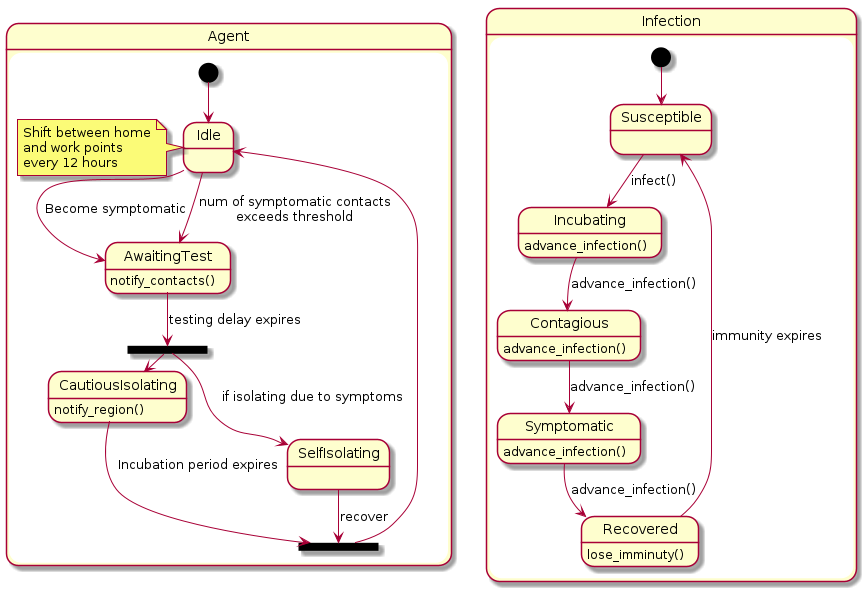
The PlantUML diagram doc/uml/out/Mode_3_Contact_Tracing.png in JoshuaSFryer/multi-agent-sim, before a commit. Source of this version:
```plantuml
@startuml Mode_3_Contact_Tracing

state Agent {
    [*] -down-> Idle
    note left of Idle
        Shift between home
        and work points
        every 12 hours
    end note
    Idle -down-> AwaitingTest : Become symptomatic
    Idle -down-> AwaitingTest : num of symptomatic contacts\nexceeds threshold
    state fork_state <<fork>>
    AwaitingTest : notify_contacts()
    AwaitingTest -down-> fork_state : testing delay expires
    fork_state -down-> SelfIsolating : if isolating due to symptoms
    fork_state -right-> CautiousIsolating : if isolation due to threshold
    state join_state <<join>>
    SelfIsolating --> join_state : recover
    CautiousIsolating --> join_state : Incubation period expires
    CautiousIsolating : notify_region()
    join_state --> Idle
}

state Infection {
    [*] --> Susceptible
    Susceptible --> Incubating : infect()
    Incubating : advance_infection()
    Incubating --> Contagious : advance_infection()
    Contagious : advance_infection()
    Contagious --> Symptomatic : advance_infection()
    Symptomatic : advance_infection()
    Symptomatic --> Recovered : advance_infection()
    Recovered: lose_imminuty()
    Recovered --> Susceptible : immunity expires
}

@enduml
```
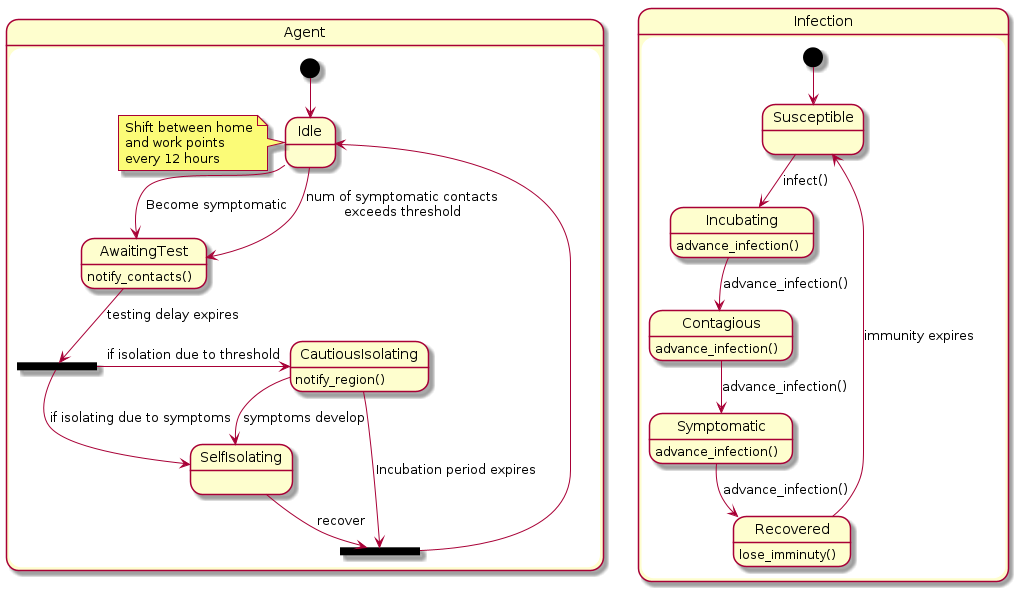
After the change.

Commit message:
Clean up diagram, make display background grey at night

Diff of the diagram source:
```diff
@@ -9,14 +9,15 @@
     end note
     Idle -down-> AwaitingTest : Become symptomatic
     Idle -down-> AwaitingTest : num of symptomatic contacts\nexceeds threshold
-    state fork_state <<fork>>
+    state isolation_fork <<fork>>
     AwaitingTest : notify_contacts()
-    AwaitingTest -down-> fork_state : testing delay expires
-    fork_state -down-> SelfIsolating : if isolating due to symptoms
-    fork_state -right-> CautiousIsolating : if isolation due to threshold
+    AwaitingTest -down-> isolation_fork : testing delay expires
+    isolation_fork -down-> SelfIsolating : if isolating due to symptoms
+    isolation_fork -right-> CautiousIsolating : if isolation due to threshold
     state join_state <<join>>
     SelfIsolating --> join_state : recover
     CautiousIsolating --> join_state : Incubation period expires
+    CautiousIsolating --> SelfIsolating : symptoms develop
     CautiousIsolating : notify_region()
     join_state --> Idle
 }
```
